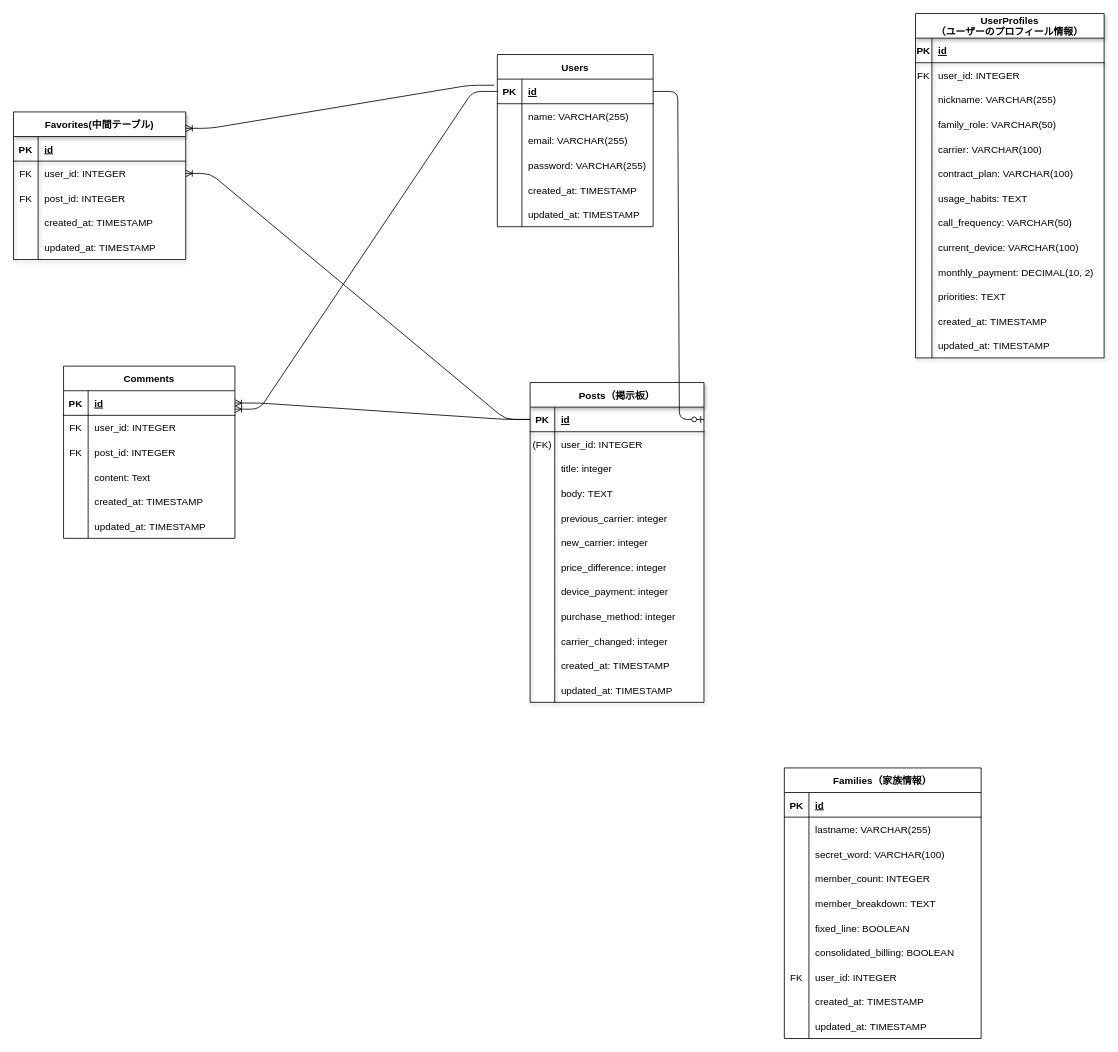
nosuke1024/tonaritsushin keeps this draw.io diagram as ER.drawio. Above is the earlier version. Source tidied: cells renumbered, new cells numbered last; positions are measured from the earlier drawing's top-left corner, leaving out a move shared by most shapes. Both pictures are drawn from the tidied source at 82%, with x=0, y=0 at pixel (13, 13).
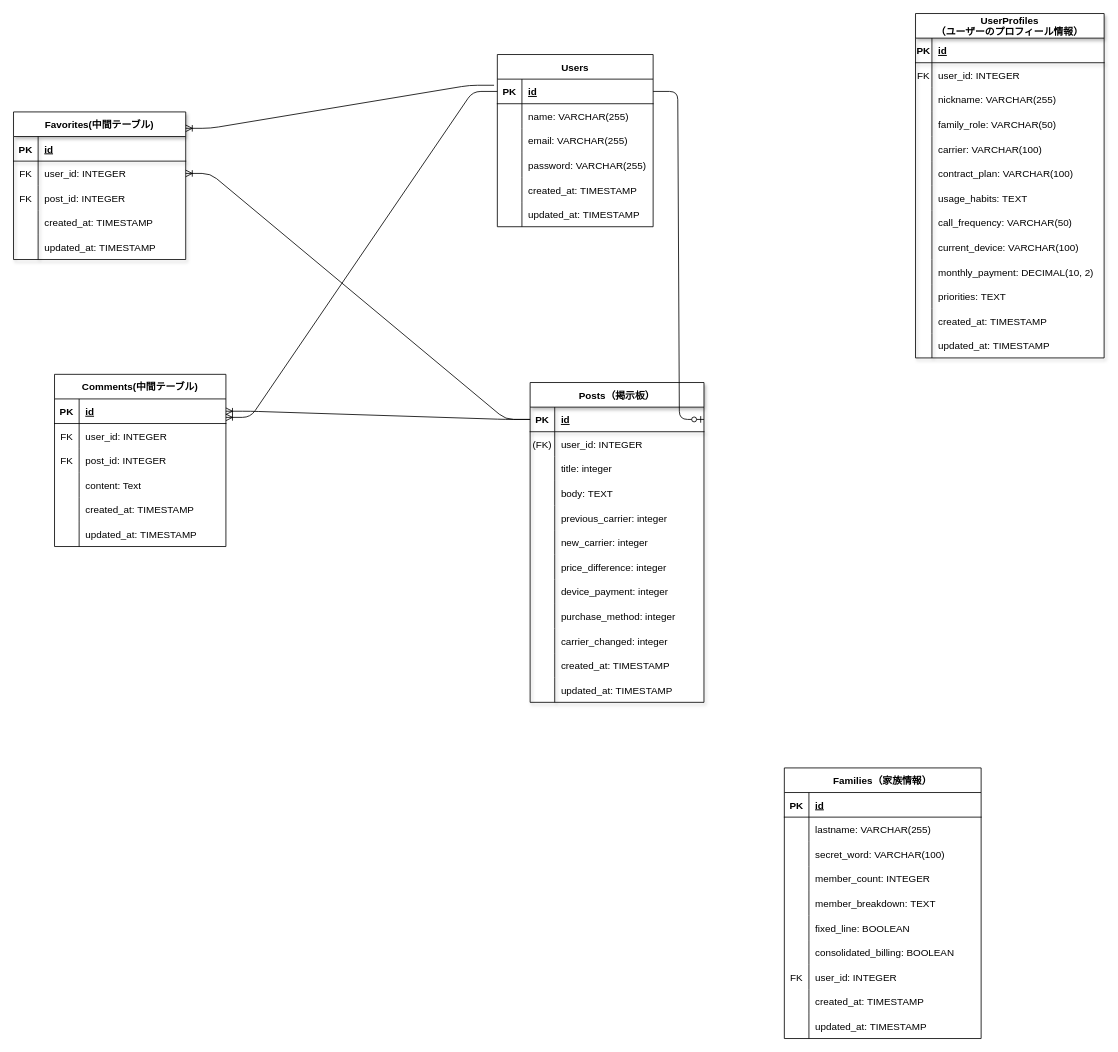
After the change.

Diff of the diagram source:
```diff
@@
-    <mxCell id="148" value="Comments" style="shape=table;startSize=30;childLayout=tableLayout;rowLines=0;fontStyle=1;align=center;" parent="1" vertex="1">
-      <mxGeometry x="61" y="430" width="209" height="210" as="geometry" />
+    <mxCell id="148" value="Comments(中間テーブル)" style="shape=table;startSize=30;childLayout=tableLayout;rowLines=0;fontStyle=1;align=center;" parent="1" vertex="1">
+      <mxGeometry x="50" y="440" width="209" height="210" as="geometry" />
     </mxCell>
```
